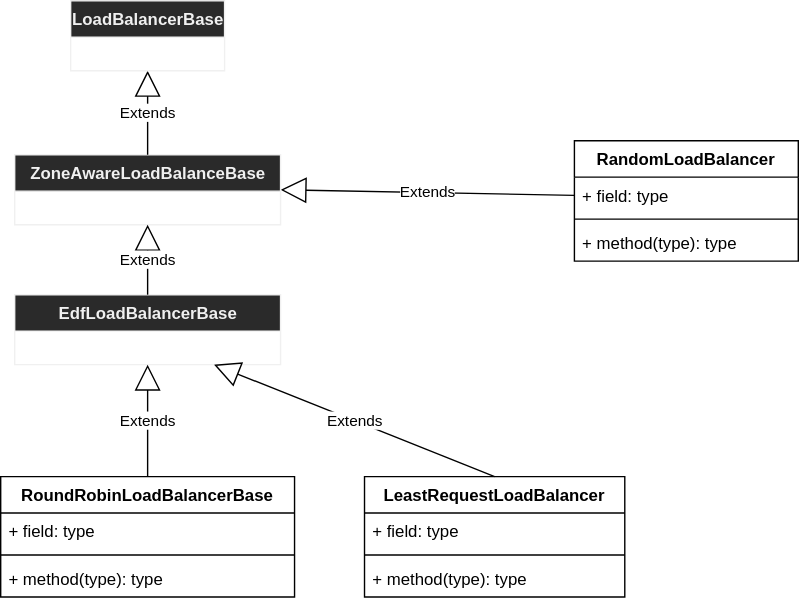
Earlier version of the draw.io export Envoy/resource/ZoneAwareLoadBalancerBase.drawio.svg (FanHa/fanha.github.io). Source tidied: cells renumbered, new cells last; positions are measured from the earlier drawing's top-left corner, leaving out a move shared by most shapes. The source it was exported from:
```xml
<mxGraphModel>
  <root>
    <mxCell id="0" />
    <mxCell id="1" parent="0" />
    <mxCell id="2" value="Extends" style="endArrow=block;endSize=16;endFill=0;html=1;entryX=1;entryY=0.5;entryDx=0;entryDy=0;exitX=0;exitY=0.5;exitDx=0;exitDy=0;" parent="1" edge="1" source="14" target="3">
      <mxGeometry relative="1" as="geometry" />
    </mxCell>
    <mxCell id="3" value="&lt;b&gt;ZoneAwareLoadBalanceBase&lt;/b&gt;" style="swimlane;fontStyle=1;align=center;verticalAlign=top;horizontal=1;startSize=26;fontFamily=Helvetica;fontSize=12;fontColor=rgb(240, 240, 240);strokeColor=rgb(240, 240, 240);fillColor=rgb(42, 42, 42);html=1;" parent="1" vertex="1">
      <mxGeometry x="10" y="110" width="190" height="50" as="geometry" />
    </mxCell>
    <mxCell id="4" value="&lt;b&gt;EdfLoadBalancerBase&lt;/b&gt;" style="swimlane;fontStyle=1;align=center;verticalAlign=top;horizontal=1;startSize=26;fontFamily=Helvetica;fontSize=12;fontColor=rgb(240, 240, 240);strokeColor=rgb(240, 240, 240);fillColor=rgb(42, 42, 42);html=1;" parent="1" vertex="1">
      <mxGeometry x="10" y="210" width="190" height="50" as="geometry" />
    </mxCell>
    <mxCell id="5" value="RoundRobinLoadBalancerBase" style="swimlane;fontStyle=1;align=center;verticalAlign=top;horizontal=1;startSize=26;" parent="1" vertex="1">
      <mxGeometry y="340" width="210" height="86" as="geometry" />
    </mxCell>
    <mxCell id="6" value="+ field: type" style="text;strokeColor=none;fillColor=none;align=left;verticalAlign=top;spacingLeft=4;spacingRight=4;overflow=hidden;" parent="5" vertex="1">
      <mxGeometry y="26" width="210" height="26" as="geometry" />
    </mxCell>
    <mxCell id="7" style="line;strokeWidth=1;fillColor=none;align=left;verticalAlign=middle;spacingTop=-1;spacingLeft=3;spacingRight=3;labelPosition=right;" parent="5" vertex="1">
      <mxGeometry y="52" width="210" height="8" as="geometry" />
    </mxCell>
    <mxCell id="8" value="+ method(type): type" style="text;strokeColor=none;fillColor=none;align=left;verticalAlign=top;spacingLeft=4;spacingRight=4;overflow=hidden;" parent="5" vertex="1">
      <mxGeometry y="60" width="210" height="26" as="geometry" />
    </mxCell>
    <mxCell id="9" value="LeastRequestLoadBalancer" style="swimlane;fontStyle=1;align=center;verticalAlign=top;horizontal=1;startSize=26;" parent="1" vertex="1">
      <mxGeometry x="260" y="340" width="186" height="86" as="geometry" />
    </mxCell>
    <mxCell id="10" value="+ field: type" style="text;strokeColor=none;fillColor=none;align=left;verticalAlign=top;spacingLeft=4;spacingRight=4;overflow=hidden;" parent="9" vertex="1">
      <mxGeometry y="26" width="186" height="26" as="geometry" />
    </mxCell>
    <mxCell id="11" style="line;strokeWidth=1;fillColor=none;align=left;verticalAlign=middle;spacingTop=-1;spacingLeft=3;spacingRight=3;labelPosition=right;" parent="9" vertex="1">
      <mxGeometry y="52" width="186" height="8" as="geometry" />
    </mxCell>
    <mxCell id="12" value="+ method(type): type" style="text;strokeColor=none;fillColor=none;align=left;verticalAlign=top;spacingLeft=4;spacingRight=4;overflow=hidden;" parent="9" vertex="1">
      <mxGeometry y="60" width="186" height="26" as="geometry" />
    </mxCell>
    <mxCell id="13" value="RandomLoadBalancer" style="swimlane;fontStyle=1;align=center;verticalAlign=top;horizontal=1;startSize=26;" parent="1" vertex="1">
      <mxGeometry x="410" y="100" width="160" height="86" as="geometry" />
    </mxCell>
    <mxCell id="14" value="+ field: type" style="text;strokeColor=none;fillColor=none;align=left;verticalAlign=top;spacingLeft=4;spacingRight=4;overflow=hidden;points=[[0,0.5],[1,0.5]];portConstraint=eastwest;" parent="13" vertex="1">
      <mxGeometry y="26" width="160" height="26" as="geometry" />
    </mxCell>
    <mxCell id="15" style="line;strokeWidth=1;fillColor=none;align=left;verticalAlign=middle;spacingTop=-1;spacingLeft=3;spacingRight=3;labelPosition=right;" parent="13" vertex="1">
      <mxGeometry y="52" width="160" height="8" as="geometry" />
    </mxCell>
    <mxCell id="16" value="+ method(type): type" style="text;strokeColor=none;fillColor=none;align=left;verticalAlign=top;spacingLeft=4;spacingRight=4;overflow=hidden;" parent="13" vertex="1">
      <mxGeometry y="60" width="160" height="26" as="geometry" />
    </mxCell>
    <mxCell id="17" value="Extends" style="endArrow=block;endSize=16;endFill=0;html=1;entryX=0.5;entryY=1;entryDx=0;entryDy=0;exitX=0.5;exitY=0;exitDx=0;exitDy=0;" parent="1" edge="1" source="4" target="3">
      <mxGeometry relative="1" as="geometry" />
    </mxCell>
    <mxCell id="18" value="Extends" style="endArrow=block;endSize=16;endFill=0;html=1;entryX=0.5;entryY=1;entryDx=0;entryDy=0;exitX=0.5;exitY=0;exitDx=0;exitDy=0;" parent="1" edge="1" source="3" target="21">
      <mxGeometry relative="1" as="geometry" />
    </mxCell>
    <mxCell id="19" value="Extends" style="endArrow=block;endSize=16;endFill=0;html=1;entryX=0.75;entryY=1;entryDx=0;entryDy=0;exitX=0.5;exitY=0;exitDx=0;exitDy=0;" parent="1" edge="1" source="9" target="4">
      <mxGeometry relative="1" as="geometry" />
    </mxCell>
    <mxCell id="20" value="Extends" style="endArrow=block;endSize=16;endFill=0;html=1;exitX=0.5;exitY=0;exitDx=0;exitDy=0;entryX=0.5;entryY=1;entryDx=0;entryDy=0;" parent="1" edge="1" source="5" target="4">
      <mxGeometry relative="1" as="geometry" />
    </mxCell>
    <mxCell id="21" value="&lt;b&gt;LoadBalancerBase&lt;/b&gt;" style="swimlane;fontStyle=1;align=center;verticalAlign=top;horizontal=1;startSize=26;fontFamily=Helvetica;fontSize=12;fontColor=rgb(240, 240, 240);strokeColor=rgb(240, 240, 240);fillColor=rgb(42, 42, 42);html=1;" parent="1" vertex="1">
      <mxGeometry x="50" width="110" height="50" as="geometry" />
    </mxCell>
  </root>
</mxGraphModel>
```
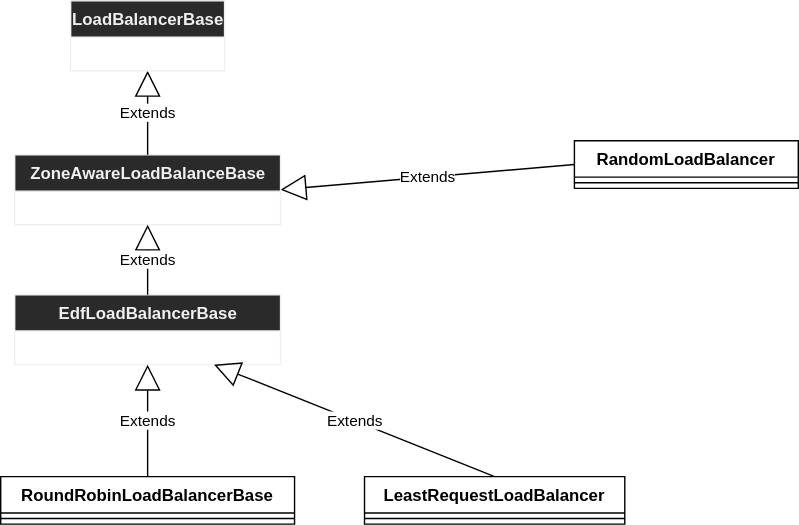
Above is the later version.

Commit message:
zone aware

Change to the diagram source:
```diff
@@ -2,7 +2,7 @@
   <root>
     <mxCell id="0" />
     <mxCell id="1" parent="0" />
-    <mxCell id="2" value="Extends" style="endArrow=block;endSize=16;endFill=0;html=1;entryX=1;entryY=0.5;entryDx=0;entryDy=0;exitX=0;exitY=0.5;exitDx=0;exitDy=0;" parent="1" edge="1" source="14" target="3">
+    <mxCell id="2" value="Extends" style="endArrow=block;endSize=16;endFill=0;html=1;entryX=1;entryY=0.5;entryDx=0;entryDy=0;exitX=0;exitY=0.5;exitDx=0;exitDy=0;" parent="1" edge="1" source="13" target="3">
       <mxGeometry relative="1" as="geometry" />
     </mxCell>
     <mxCell id="3" value="&lt;b&gt;ZoneAwareLoadBalanceBase&lt;/b&gt;" style="swimlane;fontStyle=1;align=center;verticalAlign=top;horizontal=1;startSize=26;fontFamily=Helvetica;fontSize=12;fontColor=rgb(240, 240, 240);strokeColor=rgb(240, 240, 240);fillColor=rgb(42, 42, 42);html=1;" parent="1" vertex="1">
@@ -12,41 +12,23 @@
       <mxGeometry x="10" y="210" width="190" height="50" as="geometry" />
     </mxCell>
     <mxCell id="5" value="RoundRobinLoadBalancerBase" style="swimlane;fontStyle=1;align=center;verticalAlign=top;horizontal=1;startSize=26;" parent="1" vertex="1">
-      <mxGeometry y="340" width="210" height="86" as="geometry" />
+      <mxGeometry y="340" width="210" height="34" as="geometry" />
     </mxCell>
-    <mxCell id="6" value="+ field: type" style="text;strokeColor=none;fillColor=none;align=left;verticalAlign=top;spacingLeft=4;spacingRight=4;overflow=hidden;" parent="5" vertex="1">
-      <mxGeometry y="26" width="210" height="26" as="geometry" />
-    </mxCell>
     <mxCell id="7" style="line;strokeWidth=1;fillColor=none;align=left;verticalAlign=middle;spacingTop=-1;spacingLeft=3;spacingRight=3;labelPosition=right;" parent="5" vertex="1">
-      <mxGeometry y="52" width="210" height="8" as="geometry" />
+      <mxGeometry y="26" width="210" height="8" as="geometry" />
     </mxCell>
-    <mxCell id="8" value="+ method(type): type" style="text;strokeColor=none;fillColor=none;align=left;verticalAlign=top;spacingLeft=4;spacingRight=4;overflow=hidden;" parent="5" vertex="1">
-      <mxGeometry y="60" width="210" height="26" as="geometry" />
-    </mxCell>
     <mxCell id="9" value="LeastRequestLoadBalancer" style="swimlane;fontStyle=1;align=center;verticalAlign=top;horizontal=1;startSize=26;" parent="1" vertex="1">
-      <mxGeometry x="260" y="340" width="186" height="86" as="geometry" />
+      <mxGeometry x="260" y="340" width="186" height="34" as="geometry" />
     </mxCell>
-    <mxCell id="10" value="+ field: type" style="text;strokeColor=none;fillColor=none;align=left;verticalAlign=top;spacingLeft=4;spacingRight=4;overflow=hidden;" parent="9" vertex="1">
-      <mxGeometry y="26" width="186" height="26" as="geometry" />
-    </mxCell>
     <mxCell id="11" style="line;strokeWidth=1;fillColor=none;align=left;verticalAlign=middle;spacingTop=-1;spacingLeft=3;spacingRight=3;labelPosition=right;" parent="9" vertex="1">
-      <mxGeometry y="52" width="186" height="8" as="geometry" />
+      <mxGeometry y="26" width="186" height="8" as="geometry" />
     </mxCell>
-    <mxCell id="12" value="+ method(type): type" style="text;strokeColor=none;fillColor=none;align=left;verticalAlign=top;spacingLeft=4;spacingRight=4;overflow=hidden;" parent="9" vertex="1">
-      <mxGeometry y="60" width="186" height="26" as="geometry" />
-    </mxCell>
     <mxCell id="13" value="RandomLoadBalancer" style="swimlane;fontStyle=1;align=center;verticalAlign=top;horizontal=1;startSize=26;" parent="1" vertex="1">
-      <mxGeometry x="410" y="100" width="160" height="86" as="geometry" />
+      <mxGeometry x="410" y="100" width="160" height="34" as="geometry" />
     </mxCell>
-    <mxCell id="14" value="+ field: type" style="text;strokeColor=none;fillColor=none;align=left;verticalAlign=top;spacingLeft=4;spacingRight=4;overflow=hidden;points=[[0,0.5],[1,0.5]];portConstraint=eastwest;" parent="13" vertex="1">
-      <mxGeometry y="26" width="160" height="26" as="geometry" />
-    </mxCell>
     <mxCell id="15" style="line;strokeWidth=1;fillColor=none;align=left;verticalAlign=middle;spacingTop=-1;spacingLeft=3;spacingRight=3;labelPosition=right;" parent="13" vertex="1">
-      <mxGeometry y="52" width="160" height="8" as="geometry" />
+      <mxGeometry y="26" width="160" height="8" as="geometry" />
     </mxCell>
-    <mxCell id="16" value="+ method(type): type" style="text;strokeColor=none;fillColor=none;align=left;verticalAlign=top;spacingLeft=4;spacingRight=4;overflow=hidden;" parent="13" vertex="1">
-      <mxGeometry y="60" width="160" height="26" as="geometry" />
-    </mxCell>
     <mxCell id="17" value="Extends" style="endArrow=block;endSize=16;endFill=0;html=1;entryX=0.5;entryY=1;entryDx=0;entryDy=0;exitX=0.5;exitY=0;exitDx=0;exitDy=0;" parent="1" edge="1" source="4" target="3">
       <mxGeometry relative="1" as="geometry" />
     </mxCell>
```
